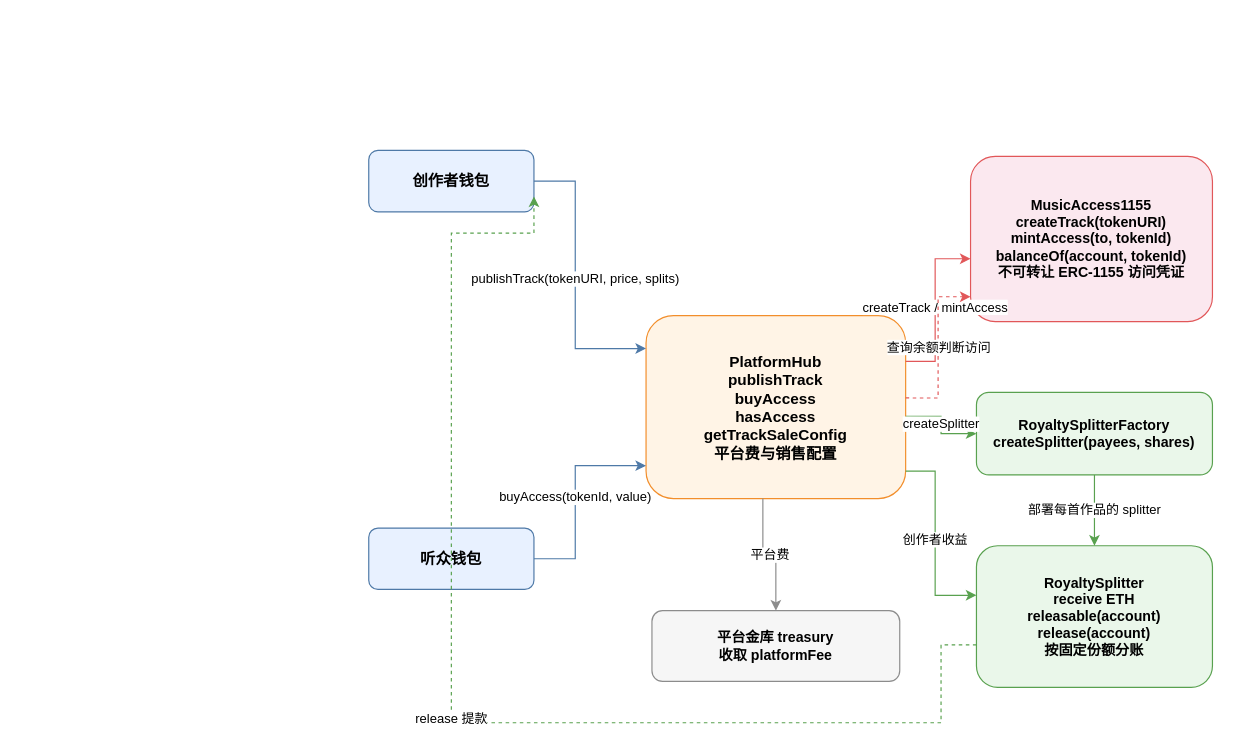
This is papers/Latex-Mine/figures/contract_architecture.drawio from TinkerAC/FreeFlow, a draw.io file, before an edit. Source tidied: cells renumbered, new cells numbered last; positions are measured from the earlier drawing's top-left corner, leaving out a move shared by most shapes. Both pictures are drawn from the tidied source at 118%, with x=0, y=0 at pixel (368, 150).
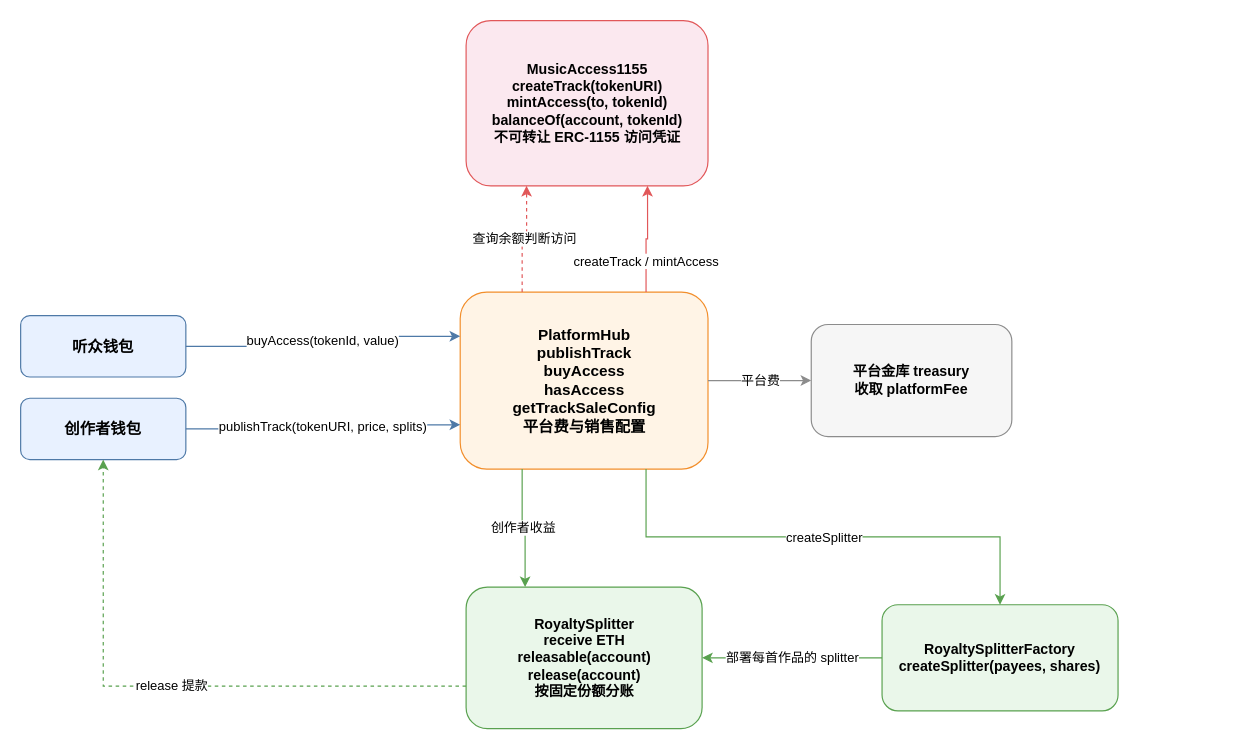
After the change.

What changed in the source:
```diff
@@
     <mxCell id="2" value="创作者钱包" style="rounded=1;whiteSpace=wrap;html=1;fillColor=#E8F1FF;strokeColor=#4E79A7;fontSize=13;fontStyle=1;" parent="1" vertex="1">
-      <mxGeometry width="140" height="52" as="geometry" />
+      <mxGeometry x="-295" y="210" width="140" height="52" as="geometry" />
     </mxCell>
     <mxCell id="3" value="听众钱包" style="rounded=1;whiteSpace=wrap;html=1;fillColor=#E8F1FF;strokeColor=#4E79A7;fontSize=13;fontStyle=1;" parent="1" vertex="1">
-      <mxGeometry y="320" width="140" height="52" as="geometry" />
+      <mxGeometry x="-295" y="140" width="140" height="52" as="geometry" />
     </mxCell>
     <mxCell id="4" value="PlatformHub&#10;publishTrack&#10;buyAccess&#10;hasAccess&#10;getTrackSaleConfig&#10;平台费与销售配置" style="rounded=1;whiteSpace=wrap;html=1;fillColor=#FFF4E6;strokeColor=#F28E2B;fontSize=13;fontStyle=1;" parent="1" vertex="1">
-      <mxGeometry x="235" y="140" width="220" height="155" as="geometry" />
+      <mxGeometry x="77.5" y="120" width="210" height="150" as="geometry" />
     </mxCell>
     <mxCell id="5" value="MusicAccess1155&#10;createTrack(tokenURI)&#10;mintAccess(to, tokenId)&#10;balanceOf(account, tokenId)&#10;不可转让 ERC-1155 访问凭证" style="rounded=1;whiteSpace=wrap;html=1;fillColor=#FBE8EF;strokeColor=#E15759;fontSize=12;fontStyle=1;" parent="1" vertex="1">
-      <mxGeometry x="510" y="5" width="205" height="140" as="geometry" />
+      <mxGeometry x="82.5" y="-110" width="205" height="140" as="geometry" />
     </mxCell>
     <mxCell id="6" value="RoyaltySplitterFactory&#10;createSplitter(payees, shares)" style="rounded=1;whiteSpace=wrap;html=1;fillColor=#EAF7EA;strokeColor=#59A14F;fontSize=12;fontStyle=1;" parent="1" vertex="1">
-      <mxGeometry x="515" y="205" width="200" height="70" as="geometry" />
+      <mxGeometry x="435" y="385" width="200" height="90" as="geometry" />
     </mxCell>
     <mxCell id="7" value="RoyaltySplitter&#10;receive ETH&#10;releasable(account)&#10;release(account)&#10;按固定份额分账" style="rounded=1;whiteSpace=wrap;html=1;fillColor=#EAF7EA;strokeColor=#59A14F;fontSize=12;fontStyle=1;" parent="1" vertex="1">
-      <mxGeometry x="515" y="335" width="200" height="120" as="geometry" />
+      <mxGeometry x="82.5" y="370" width="200" height="120" as="geometry" />
     </mxCell>
     <mxCell id="8" value="平台金库 treasury&#10;收取 platformFee" style="rounded=1;whiteSpace=wrap;html=1;fillColor=#F6F6F6;strokeColor=#8C8C8C;fontSize=12;fontStyle=1;" parent="1" vertex="1">
-      <mxGeometry x="240" y="390" width="210" height="60" as="geometry" />
+      <mxGeometry x="375" y="147.5" width="170" height="95" as="geometry" />
     </mxCell>
-    <mxCell id="9" value="publishTrack(tokenURI, price, splits)" style="endArrow=classic;html=1;rounded=0;edgeStyle=orthogonalEdgeStyle;strokeColor=#4E79A7;fontSize=11;exitX=1;exitY=0.5;entryX=0;entryY=0.18;" parent="1" edge="1" source="2" target="4">
-      <mxGeometry relative="1" as="geometry">
-        <Array as="points">
-          <mxPoint x="175" y="26" />
-          <mxPoint x="175" y="168" />
-        </Array>
-      </mxGeometry>
+    <mxCell id="9" value="publishTrack(tokenURI, price, splits)" style="endArrow=classic;html=1;rounded=0;edgeStyle=orthogonalEdgeStyle;strokeColor=#4E79A7;fontSize=11;exitX=1;exitY=0.5;entryX=0;entryY=0.75;exitDx=0;exitDy=0;entryDx=0;entryDy=0;" parent="1" edge="1" source="2" target="4">
+      <mxGeometry relative="1" as="geometry" />
     </mxCell>
-    <mxCell id="10" value="buyAccess(tokenId, value)" style="endArrow=classic;html=1;rounded=0;edgeStyle=orthogonalEdgeStyle;strokeColor=#4E79A7;fontSize=11;exitX=1;exitY=0.5;entryX=0;entryY=0.82;" parent="1" edge="1" source="3" target="4">
-      <mxGeometry relative="1" as="geometry">
-        <Array as="points">
-          <mxPoint x="175" y="346" />
-          <mxPoint x="175" y="267" />
-        </Array>
-      </mxGeometry>
+    <mxCell id="10" value="buyAccess(tokenId, value)" style="endArrow=classic;html=1;rounded=0;edgeStyle=orthogonalEdgeStyle;strokeColor=#4E79A7;fontSize=11;exitX=1;exitY=0.5;entryX=0;entryY=0.25;entryDx=0;entryDy=0;" parent="1" edge="1" source="3" target="4">
+      <mxGeometry relative="1" as="geometry" />
     </mxCell>
-    <mxCell id="11" value="createTrack / mintAccess" style="endArrow=classic;html=1;rounded=0;edgeStyle=orthogonalEdgeStyle;strokeColor=#E15759;fontSize=11;exitX=1;exitY=0.25;entryX=0;entryY=0.62;" parent="1" edge="1" source="4" target="5">
-      <mxGeometry relative="1" as="geometry">
-        <Array as="points">
-          <mxPoint x="480" y="179" />
-          <mxPoint x="480" y="92" />
-        </Array>
-      </mxGeometry>
+    <mxCell id="11" value="createTrack / mintAccess" style="endArrow=classic;html=1;rounded=0;edgeStyle=orthogonalEdgeStyle;strokeColor=#E15759;fontSize=11;exitX=0.75;exitY=0;entryX=0.75;entryY=1;entryDx=0;entryDy=0;exitDx=0;exitDy=0;" parent="1" edge="1" source="4" target="5">
+      <mxGeometry x="-0.44" relative="1" as="geometry" />
     </mxCell>
-    <mxCell id="12" value="查询余额判断访问" style="endArrow=classic;html=1;rounded=0;edgeStyle=orthogonalEdgeStyle;dashed=1;strokeColor=#E15759;fontSize=11;exitX=1;exitY=0.45;entryX=0;entryY=0.85;" parent="1" edge="1" source="4" target="5">
+    <mxCell id="12" value="查询余额判断访问" style="endArrow=classic;html=1;rounded=0;edgeStyle=orthogonalEdgeStyle;dashed=1;strokeColor=#E15759;fontSize=11;exitX=0.25;exitY=0;exitDx=0;exitDy=0;entryX=0.25;entryY=1;entryDx=0;entryDy=0;" parent="1" edge="1" source="4" target="5">
       <mxGeometry relative="1" as="geometry" />
     </mxCell>
-    <mxCell id="13" value="createSplitter" style="endArrow=classic;html=1;rounded=0;edgeStyle=orthogonalEdgeStyle;strokeColor=#59A14F;fontSize=11;exitX=1;exitY=0.55;entryX=0;entryY=0.5;" parent="1" edge="1" source="4" target="6">
+    <mxCell id="13" value="createSplitter" style="endArrow=classic;html=1;rounded=0;edgeStyle=orthogonalEdgeStyle;strokeColor=#59A14F;fontSize=11;exitX=0.75;exitY=1;exitDx=0;exitDy=0;" parent="1" edge="1" source="4" target="6">
       <mxGeometry relative="1" as="geometry" />
     </mxCell>
-    <mxCell id="14" value="部署每首作品的 splitter" style="endArrow=classic;html=1;rounded=0;edgeStyle=orthogonalEdgeStyle;strokeColor=#59A14F;fontSize=11;exitX=0.5;exitY=1;entryX=0.5;entryY=0;" parent="1" edge="1" source="6" target="7">
+    <mxCell id="14" value="部署每首作品的 splitter" style="endArrow=classic;html=1;rounded=0;edgeStyle=orthogonalEdgeStyle;strokeColor=#59A14F;fontSize=11;exitX=0;exitY=0.5;entryX=1;entryY=0.5;entryDx=0;entryDy=0;exitDx=0;exitDy=0;" parent="1" edge="1" source="6" target="7">
       <mxGeometry relative="1" as="geometry" />
     </mxCell>
-    <mxCell id="15" value="创作者收益" style="endArrow=classic;html=1;rounded=0;edgeStyle=orthogonalEdgeStyle;strokeColor=#59A14F;fontSize=11;exitX=1;exitY=0.85;entryX=0;entryY=0.35;" parent="1" edge="1" source="4" target="7">
-      <mxGeometry relative="1" as="geometry">
-        <Array as="points">
-          <mxPoint x="480" y="272" />
-          <mxPoint x="480" y="377" />
-        </Array>
-      </mxGeometry>
+    <mxCell id="15" value="创作者收益" style="endArrow=classic;html=1;rounded=0;edgeStyle=orthogonalEdgeStyle;strokeColor=#59A14F;fontSize=11;exitX=0.25;exitY=1;entryX=0.25;entryY=0;exitDx=0;exitDy=0;entryDx=0;entryDy=0;" parent="1" edge="1" source="4" target="7">
+      <mxGeometry relative="1" as="geometry" />
     </mxCell>
-    <mxCell id="16" value="平台费" style="endArrow=classic;html=1;rounded=0;edgeStyle=orthogonalEdgeStyle;strokeColor=#8C8C8C;fontSize=11;exitX=0.45;exitY=1;entryX=0.5;entryY=0;" parent="1" edge="1" source="4" target="8">
+    <mxCell id="16" value="平台费" style="endArrow=classic;html=1;rounded=0;edgeStyle=orthogonalEdgeStyle;strokeColor=#8C8C8C;fontSize=11;exitX=1;exitY=0.5;entryX=0;entryY=0.5;exitDx=0;exitDy=0;entryDx=0;entryDy=0;" parent="1" edge="1" source="4" target="8">
       <mxGeometry relative="1" as="geometry" />
     </mxCell>
-    <mxCell id="17" value="release 提款" style="endArrow=classic;html=1;rounded=0;edgeStyle=orthogonalEdgeStyle;dashed=1;strokeColor=#59A14F;fontSize=11;exitX=0;exitY=0.7;entryX=1;entryY=0.75;" parent="1" edge="1" source="7" target="2">
-      <mxGeometry relative="1" as="geometry">
-        <Array as="points">
-          <mxPoint x="485" y="419" />
-          <mxPoint x="485" y="485" />
-          <mxPoint x="70" y="485" />
-          <mxPoint x="70" y="70" />
-        </Array>
-      </mxGeometry>
+    <mxCell id="17" value="release 提款" style="endArrow=classic;html=1;rounded=0;edgeStyle=orthogonalEdgeStyle;dashed=1;strokeColor=#59A14F;fontSize=11;exitX=0;exitY=0.7;entryX=0.5;entryY=1;entryDx=0;entryDy=0;" parent="1" edge="1" source="7" target="2">
+      <mxGeometry relative="1" as="geometry" />
     </mxCell>
```
